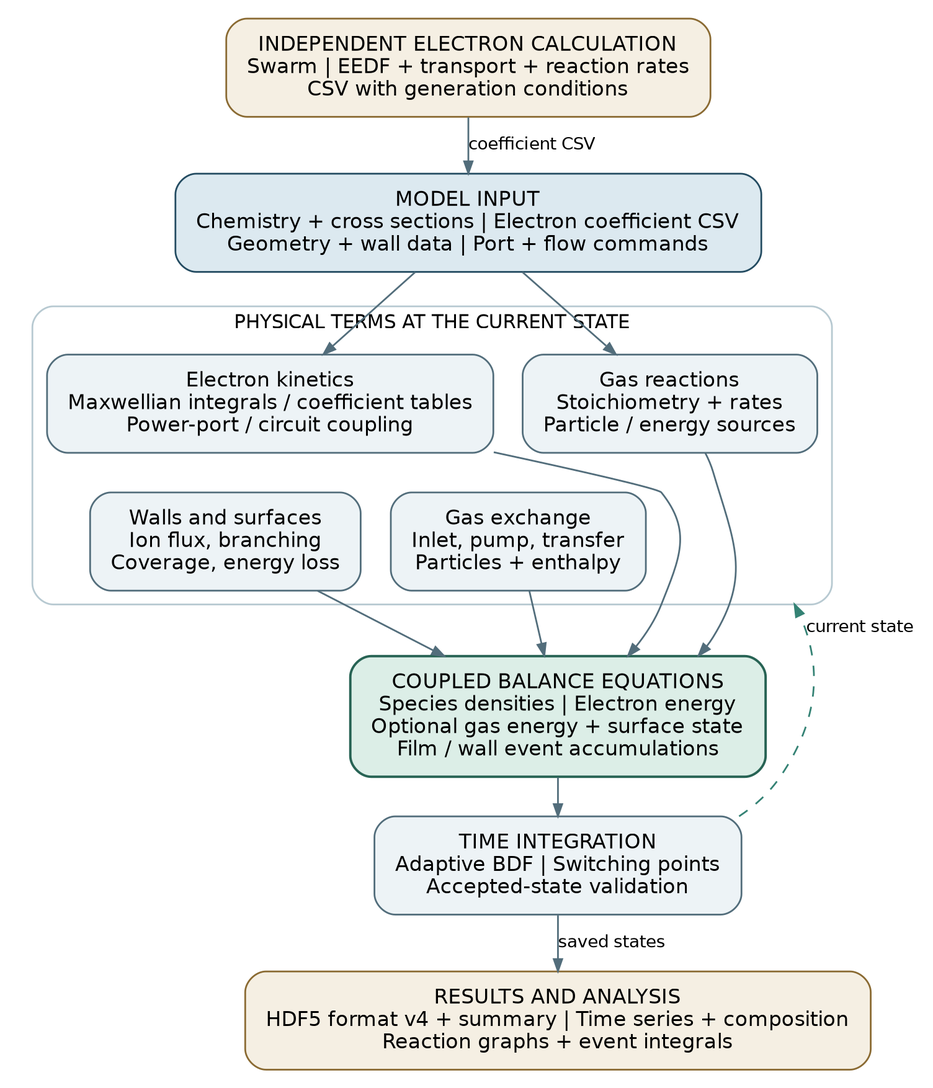
dkawa2523/global keeps this Graphviz diagram as docs/assets/model-architecture.png. Above is the earlier version. Its source is kept beside it as docs/assets/model-architecture.dot. Source of this version:
```dot
digraph architecture {
  graph [rankdir=TB, bgcolor="white", pad="0.15", nodesep="0.24", ranksep="0.30", compound=true];
  node [shape=box, style="rounded,filled", fontname="DejaVu Sans", fontsize=12,
        color="#526d7b", fillcolor="#edf3f6", margin="0.16,0.12"];
  edge [color="#526d7b", arrowsize=0.7, fontname="DejaVu Sans", fontsize=10];
  input [label="MODEL INPUT\nChemistry + cross sections | Electron coefficient CSV\nGeometry + wall data | Port + flow commands",
         fillcolor="#dce9f0", color="#234b61"];
  subgraph cluster_physics {
    graph [label="PHYSICAL TERMS AT THE CURRENT STATE", fontname="DejaVu Sans",
           fontsize=11, color="#b7c9d1", style=rounded];
    electron [label="Electron kinetics\nMaxwellian integrals / coefficient tables\nPower-port / circuit coupling"];
    chemistry [label="Gas reactions\nStoichiometry + rates\nParticle / energy sources"];
    boundary [label="Walls and surfaces\nIon flux, branching\nCoverage, energy loss"];
    flow [label="Gas exchange\nInlet, pump, transfer\nParticles + enthalpy"];
    { rank=same; electron; chemistry; }
    { rank=same; boundary; flow; }
    electron -> boundary [style=invis];
    chemistry -> flow [style=invis];
  }
  swarm [label="INDEPENDENT ELECTRON CALCULATION\nSwarm | EEDF + transport + reaction rates\nCSV with generation conditions", fillcolor="#f5efe3", color="#8a6a32"];
  swarm -> input [label="coefficient CSV"];
  input -> electron;
  input -> chemistry;
  balance [label="COUPLED BALANCE EQUATIONS\nSpecies densities | Electron energy\nOptional gas energy + surface state\nFilm / wall event accumulations",
           fillcolor="#dceee7", color="#276354", penwidth=1.4];
  electron -> balance;
  chemistry -> balance;
  boundary -> balance;
  flow -> balance;
  solver [label="TIME INTEGRATION\nAdaptive BDF | Switching points\nAccepted-state validation"];
  balance -> solver;
  solver -> electron [label="current state", lhead=cluster_physics, style=dashed,
                      color="#348274", constraint=false];
  output [label="RESULTS AND ANALYSIS\nHDF5 format v4 + summary | Time series + composition\nReaction graphs + event integrals",
          fillcolor="#f5efe3", color="#8a6a32"];
  solver -> output [label="saved states"];
}
```
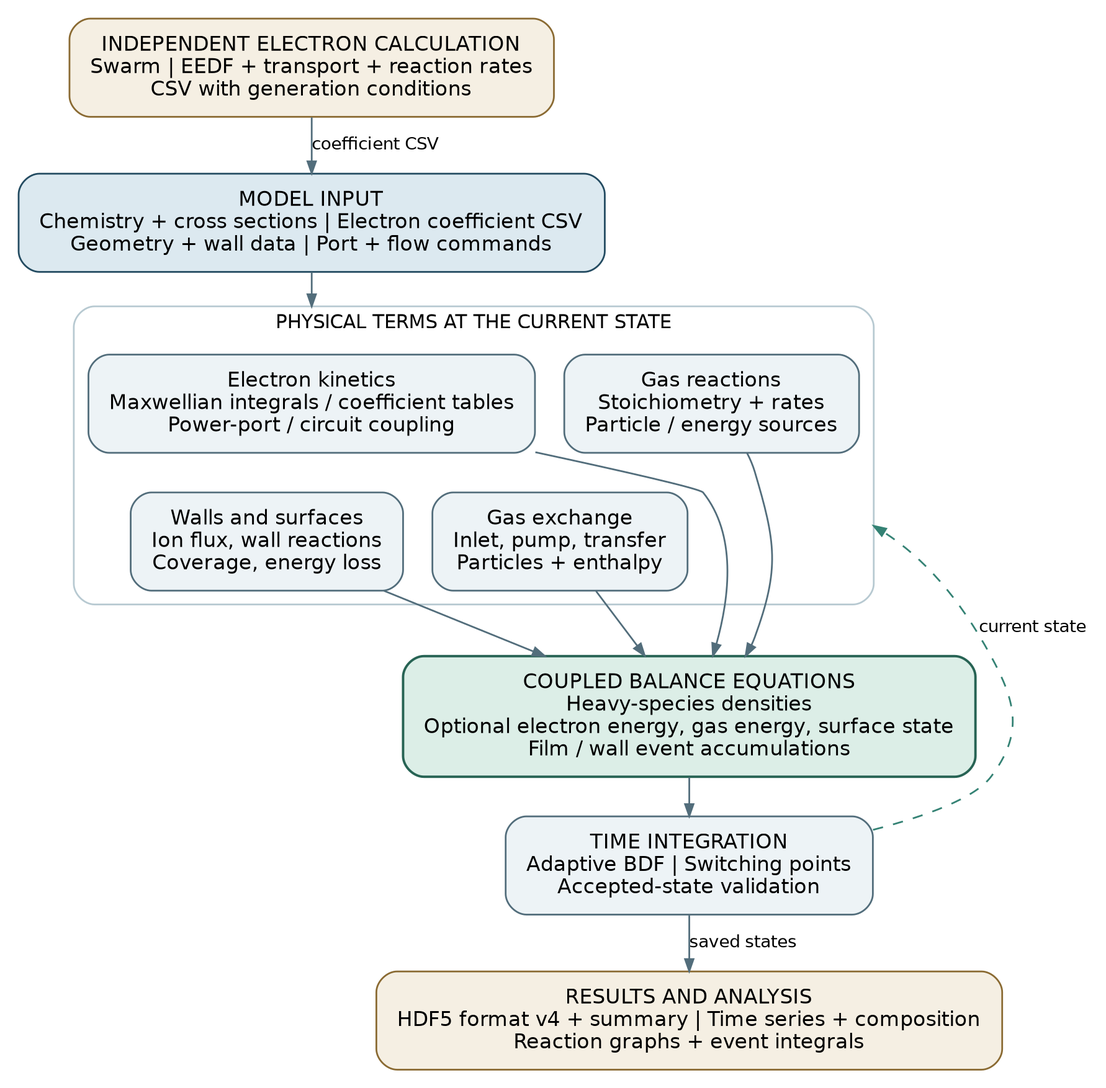
Above is the later version.

The edit, as a diff of the source:
```diff
@@ -10,7 +10,7 @@
            fontsize=11, color="#b7c9d1", style=rounded];
     electron [label="Electron kinetics\nMaxwellian integrals / coefficient tables\nPower-port / circuit coupling"];
     chemistry [label="Gas reactions\nStoichiometry + rates\nParticle / energy sources"];
-    boundary [label="Walls and surfaces\nIon flux, branching\nCoverage, energy loss"];
+    boundary [label="Walls and surfaces\nIon flux, wall reactions\nCoverage, energy loss"];
     flow [label="Gas exchange\nInlet, pump, transfer\nParticles + enthalpy"];
     { rank=same; electron; chemistry; }
     { rank=same; boundary; flow; }
@@ -19,9 +19,8 @@
   }
   swarm [label="INDEPENDENT ELECTRON CALCULATION\nSwarm | EEDF + transport + reaction rates\nCSV with generation conditions", fillcolor="#f5efe3", color="#8a6a32"];
   swarm -> input [label="coefficient CSV"];
-  input -> electron;
-  input -> chemistry;
-  balance [label="COUPLED BALANCE EQUATIONS\nSpecies densities | Electron energy\nOptional gas energy + surface state\nFilm / wall event accumulations",
+  input -> electron [lhead=cluster_physics];
+  balance [label="COUPLED BALANCE EQUATIONS\nHeavy-species densities\nOptional electron energy, gas energy, surface state\nFilm / wall event accumulations",
            fillcolor="#dceee7", color="#276354", penwidth=1.4];
   electron -> balance;
   chemistry -> balance;
```
